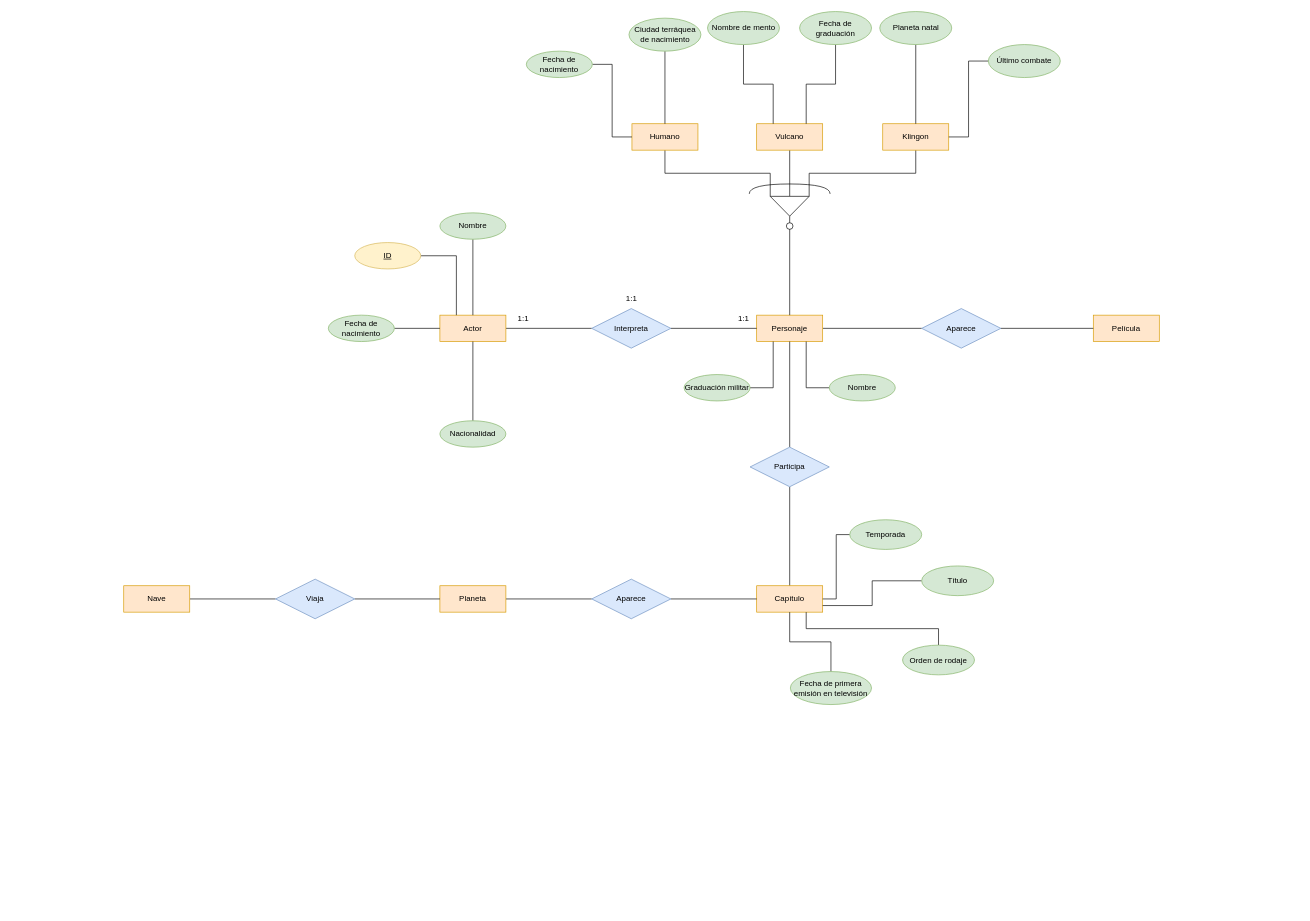
The draw.io diagram Tarea_entregable3.drawio in GRMiguelAngel/Base-Datos, before the edit. Source tidied: cells renumbered, new cells numbered last; positions are measured from the earlier drawing's top-left corner, leaving out a move shared by most shapes. Both pictures are drawn from the tidied source at 66%, with x=0, y=0 at pixel (123, 11).
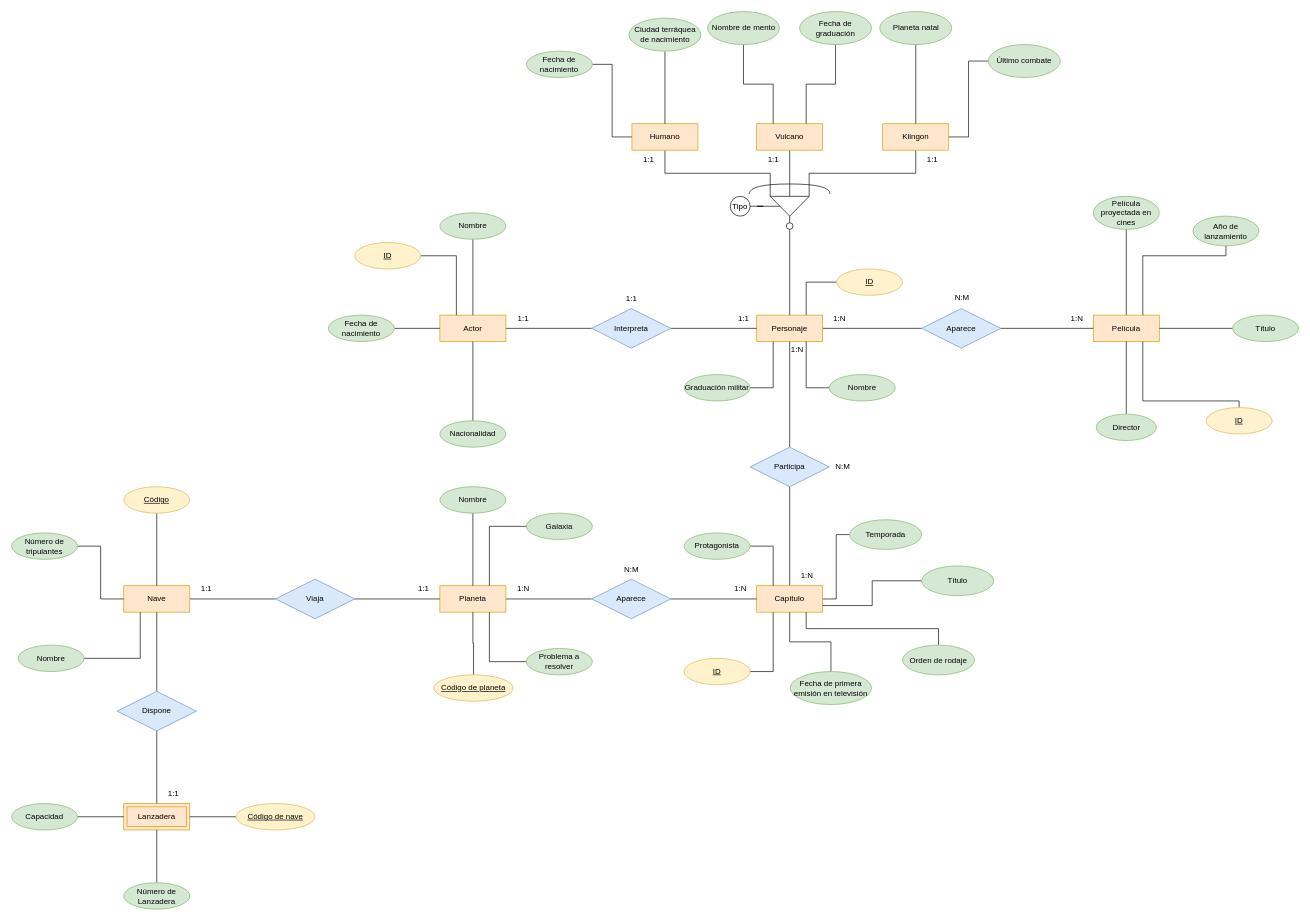
After the change.

Unchanged cells that the change refers to:
```xml
<mxCell id="3" value="Personaje" style="whiteSpace=wrap;html=1;align=center;fillColor=#ffe6cc;strokeColor=#d79b00;" parent="1" vertex="1">
  <mxGeometry x="959" y="460" width="100" height="40" as="geometry" />
</mxCell>
<mxCell id="4" value="Película" style="whiteSpace=wrap;html=1;align=center;fillColor=#ffe6cc;strokeColor=#d79b00;" parent="1" vertex="1">
  <mxGeometry x="1469" y="460" width="100" height="40" as="geometry" />
</mxCell>
<mxCell id="14" style="verticalLabelPosition=bottom;verticalAlign=top;html=1;shape=mxgraph.basic.acute_triangle;dx=0.5;rotation=-180;" parent="1" vertex="1">
  <mxGeometry x="979.5" y="280" width="59" height="30" as="geometry" />
</mxCell>
<mxCell id="25" value="Capítulo" style="whiteSpace=wrap;html=1;align=center;fillColor=#ffe6cc;strokeColor=#d79b00;" parent="1" vertex="1">
  <mxGeometry x="959" y="870" width="100" height="40" as="geometry" />
</mxCell>
<mxCell id="31" value="Planeta" style="whiteSpace=wrap;html=1;align=center;fillColor=#ffe6cc;strokeColor=#d79b00;" parent="1" vertex="1">
  <mxGeometry x="479" y="870" width="100" height="40" as="geometry" />
</mxCell>
<mxCell id="33" value="Nave" style="whiteSpace=wrap;html=1;align=center;fillColor=#ffe6cc;strokeColor=#d79b00;" parent="1" vertex="1">
  <mxGeometry y="870" width="100" height="40" as="geometry" />
</mxCell>
```

What changed in the source:
```diff
@@
+    <mxCell id="68" style="edgeStyle=orthogonalEdgeStyle;rounded=0;jettySize=auto;html=1;entryX=0.5;entryY=0;entryDx=0;entryDy=0;endArrow=none;endFill=0;" parent="1" edge="1" source="69" target="4">
+      <mxGeometry relative="1" as="geometry" />
+    </mxCell>
+    <mxCell id="69" value="Película proyectada en cines" style="ellipse;whiteSpace=wrap;html=1;align=center;fillColor=#d5e8d4;strokeColor=#82b366;" parent="1" vertex="1">
+      <mxGeometry x="1469" y="280" width="100" height="50" as="geometry" />
+    </mxCell>
+    <mxCell id="70" style="edgeStyle=orthogonalEdgeStyle;rounded=0;jettySize=auto;html=1;entryX=0.75;entryY=0;entryDx=0;entryDy=0;endArrow=none;endFill=0;" parent="1" edge="1" source="71" target="4">
+      <mxGeometry relative="1" as="geometry">
+        <Array as="points">
+          <mxPoint x="1670" y="370" />
+          <mxPoint x="1544" y="370" />
+        </Array>
+      </mxGeometry>
+    </mxCell>
+    <mxCell id="71" value="Año de lanzamiento" style="ellipse;whiteSpace=wrap;html=1;align=center;fillColor=#d5e8d4;strokeColor=#82b366;" parent="1" vertex="1">
+      <mxGeometry x="1620" y="310" width="100" height="45" as="geometry" />
+    </mxCell>
+    <mxCell id="72" style="edgeStyle=orthogonalEdgeStyle;rounded=0;jettySize=auto;html=1;entryX=0.5;entryY=1;entryDx=0;entryDy=0;endArrow=none;endFill=0;" parent="1" edge="1" source="73" target="4">
+      <mxGeometry relative="1" as="geometry" />
+    </mxCell>
+    <mxCell id="73" value="Director" style="ellipse;whiteSpace=wrap;html=1;align=center;fillColor=#d5e8d4;strokeColor=#82b366;" parent="1" vertex="1">
+      <mxGeometry x="1473.5" y="610" width="91" height="40" as="geometry" />
+    </mxCell>
+    <mxCell id="74" style="edgeStyle=orthogonalEdgeStyle;rounded=0;jettySize=auto;html=1;entryX=1;entryY=0.5;entryDx=0;entryDy=0;endArrow=none;endFill=0;" parent="1" edge="1" source="75" target="4">
+      <mxGeometry relative="1" as="geometry" />
+    </mxCell>
+    <mxCell id="75" value="Título" style="ellipse;whiteSpace=wrap;html=1;align=center;fillColor=#d5e8d4;strokeColor=#82b366;" parent="1" vertex="1">
+      <mxGeometry x="1680" y="460" width="100" height="40" as="geometry" />
+    </mxCell>
+    <mxCell id="76" style="edgeStyle=orthogonalEdgeStyle;rounded=0;jettySize=auto;html=1;entryX=0.75;entryY=0;entryDx=0;entryDy=0;endArrow=none;endFill=0;" parent="1" edge="1" source="77" target="3">
+      <mxGeometry relative="1" as="geometry" />
+    </mxCell>
+    <mxCell id="77" value="ID" style="ellipse;whiteSpace=wrap;html=1;align=center;fontStyle=4;fillColor=#fff2cc;strokeColor=#d6b656;" parent="1" vertex="1">
+      <mxGeometry x="1080" y="390" width="100" height="40" as="geometry" />
+    </mxCell>
+    <mxCell id="78" style="edgeStyle=orthogonalEdgeStyle;rounded=0;jettySize=auto;html=1;entryX=0.75;entryY=1;entryDx=0;entryDy=0;exitX=0.5;exitY=0;exitDx=0;exitDy=0;endArrow=none;endFill=0;" parent="1" edge="1" source="79" target="4">
+      <mxGeometry relative="1" as="geometry">
+        <Array as="points">
+          <mxPoint x="1690" y="590" />
+          <mxPoint x="1544" y="590" />
+        </Array>
+      </mxGeometry>
+    </mxCell>
+    <mxCell id="79" value="ID" style="ellipse;whiteSpace=wrap;html=1;align=center;fontStyle=4;fillColor=#fff2cc;strokeColor=#d6b656;" parent="1" vertex="1">
+      <mxGeometry x="1640" y="600" width="100" height="40" as="geometry" />
+    </mxCell>
+    <mxCell id="80" style="edgeStyle=orthogonalEdgeStyle;rounded=0;jettySize=auto;html=1;entryX=0.25;entryY=1;entryDx=0;entryDy=0;endArrow=none;endFill=0;" parent="1" edge="1" source="81" target="25">
+      <mxGeometry relative="1" as="geometry" />
+    </mxCell>
+    <mxCell id="81" value="ID" style="whiteSpace=wrap;html=1;align=center;fillColor=#fff2cc;strokeColor=#d6b656;shape=ellipse;perimeter=ellipsePerimeter;fontStyle=4;" parent="1" vertex="1">
+      <mxGeometry x="849" y="980" width="100" height="40" as="geometry" />
+    </mxCell>
+    <mxCell id="82" style="edgeStyle=orthogonalEdgeStyle;rounded=0;jettySize=auto;html=1;entryX=0.25;entryY=0;entryDx=0;entryDy=0;endArrow=none;endFill=0;" parent="1" edge="1" source="83" target="25">
+      <mxGeometry relative="1" as="geometry" />
+    </mxCell>
+    <mxCell id="83" value="Protagonista" style="ellipse;whiteSpace=wrap;html=1;align=center;fillColor=#d5e8d4;strokeColor=#82b366;" parent="1" vertex="1">
+      <mxGeometry x="849" y="790" width="100" height="40" as="geometry" />
+    </mxCell>
+    <mxCell id="84" style="edgeStyle=orthogonalEdgeStyle;rounded=0;jettySize=auto;html=1;entryX=0.5;entryY=1;entryDx=0;entryDy=0;endArrow=none;endFill=0;" parent="1" edge="1" source="85" target="31">
+      <mxGeometry relative="1" as="geometry" />
+    </mxCell>
+    <mxCell id="85" value="Código de planeta" style="whiteSpace=wrap;html=1;align=center;fillColor=#fff2cc;strokeColor=#d6b656;shape=ellipse;perimeter=ellipsePerimeter;fontStyle=4;" parent="1" vertex="1">
+      <mxGeometry x="470" y="1005" width="120" height="40" as="geometry" />
+    </mxCell>
+    <mxCell id="86" style="edgeStyle=orthogonalEdgeStyle;rounded=0;jettySize=auto;html=1;entryX=0.5;entryY=0;entryDx=0;entryDy=0;endArrow=none;endFill=0;" parent="1" edge="1" source="87" target="31">
+      <mxGeometry relative="1" as="geometry" />
+    </mxCell>
+    <mxCell id="87" value="Nombre" style="ellipse;whiteSpace=wrap;html=1;align=center;fillColor=#d5e8d4;strokeColor=#82b366;" parent="1" vertex="1">
+      <mxGeometry x="479" y="720" width="100" height="40" as="geometry" />
+    </mxCell>
+    <mxCell id="88" style="edgeStyle=orthogonalEdgeStyle;rounded=0;jettySize=auto;html=1;entryX=0.75;entryY=0;entryDx=0;entryDy=0;endArrow=none;endFill=0;" parent="1" edge="1" source="89" target="31">
+      <mxGeometry relative="1" as="geometry" />
+    </mxCell>
+    <mxCell id="89" value="Galaxia" style="ellipse;whiteSpace=wrap;html=1;align=center;fillColor=#d5e8d4;strokeColor=#82b366;" parent="1" vertex="1">
+      <mxGeometry x="610" y="760" width="100" height="40" as="geometry" />
+    </mxCell>
+    <mxCell id="90" style="edgeStyle=orthogonalEdgeStyle;rounded=0;jettySize=auto;html=1;entryX=0.75;entryY=1;entryDx=0;entryDy=0;endArrow=none;endFill=0;" parent="1" edge="1" source="91" target="31">
+      <mxGeometry relative="1" as="geometry" />
+    </mxCell>
+    <mxCell id="91" value="Problema a resolver" style="ellipse;whiteSpace=wrap;html=1;align=center;fillColor=#d5e8d4;strokeColor=#82b366;" parent="1" vertex="1">
+      <mxGeometry x="610" y="965" width="100" height="40" as="geometry" />
+    </mxCell>
+    <mxCell id="92" style="edgeStyle=orthogonalEdgeStyle;rounded=0;jettySize=auto;html=1;entryX=0.5;entryY=0;entryDx=0;entryDy=0;endArrow=none;endFill=0;" parent="1" edge="1" source="93" target="33">
+      <mxGeometry relative="1" as="geometry" />
+    </mxCell>
+    <mxCell id="93" value="Código" style="whiteSpace=wrap;html=1;align=center;fillColor=#fff2cc;strokeColor=#d6b656;shape=ellipse;perimeter=ellipsePerimeter;fontStyle=4;" parent="1" vertex="1">
+      <mxGeometry y="720" width="100" height="40" as="geometry" />
+    </mxCell>
+    <mxCell id="94" style="edgeStyle=orthogonalEdgeStyle;rounded=0;jettySize=auto;html=1;entryX=0;entryY=0.5;entryDx=0;entryDy=0;endArrow=none;endFill=0;" parent="1" edge="1" source="95" target="33">
+      <mxGeometry relative="1" as="geometry" />
+    </mxCell>
+    <mxCell id="95" value="Número de tripulantes" style="ellipse;whiteSpace=wrap;html=1;align=center;fillColor=#d5e8d4;strokeColor=#82b366;" parent="1" vertex="1">
+      <mxGeometry x="-170" y="790" width="100" height="40" as="geometry" />
+    </mxCell>
+    <mxCell id="96" style="edgeStyle=orthogonalEdgeStyle;rounded=0;jettySize=auto;html=1;entryX=0.25;entryY=1;entryDx=0;entryDy=0;endArrow=none;endFill=0;" parent="1" edge="1" source="97" target="33">
+      <mxGeometry relative="1" as="geometry" />
+    </mxCell>
+    <mxCell id="97" value="Nombre" style="ellipse;whiteSpace=wrap;html=1;align=center;fillColor=#d5e8d4;strokeColor=#82b366;" parent="1" vertex="1">
+      <mxGeometry x="-160" y="960" width="100" height="40" as="geometry" />
+    </mxCell>
+    <mxCell id="98" value="Lanzadera" style="whiteSpace=wrap;html=1;align=center;fillColor=#ffe6cc;strokeColor=#d79b00;shape=ext;margin=3;double=1;" parent="1" vertex="1">
+      <mxGeometry y="1200" width="100" height="40" as="geometry" />
+    </mxCell>
+    <mxCell id="99" style="edgeStyle=orthogonalEdgeStyle;rounded=0;jettySize=auto;html=1;endArrow=none;endFill=0;" parent="1" edge="1" source="100" target="98">
+      <mxGeometry relative="1" as="geometry" />
+    </mxCell>
+    <mxCell id="100" value="Número de Lanzadera" style="ellipse;whiteSpace=wrap;html=1;align=center;fillColor=#d5e8d4;strokeColor=#82b366;" parent="1" vertex="1">
+      <mxGeometry y="1320" width="100" height="40" as="geometry" />
+    </mxCell>
+    <mxCell id="101" style="edgeStyle=orthogonalEdgeStyle;rounded=0;jettySize=auto;html=1;entryX=1;entryY=0.5;entryDx=0;entryDy=0;endArrow=none;endFill=0;" parent="1" edge="1" source="102" target="98">
+      <mxGeometry relative="1" as="geometry" />
+    </mxCell>
+    <mxCell id="102" value="Código de nave" style="whiteSpace=wrap;html=1;align=center;fillColor=#fff2cc;strokeColor=#d6b656;shape=ellipse;perimeter=ellipsePerimeter;fontStyle=4;" parent="1" vertex="1">
+      <mxGeometry x="170" y="1200" width="120" height="40" as="geometry" />
+    </mxCell>
+    <mxCell id="103" style="edgeStyle=orthogonalEdgeStyle;rounded=0;jettySize=auto;html=1;entryX=0;entryY=0.5;entryDx=0;entryDy=0;endArrow=none;endFill=0;" parent="1" edge="1" source="104" target="98">
+      <mxGeometry relative="1" as="geometry" />
+    </mxCell>
+    <mxCell id="104" value="Capacidad" style="ellipse;whiteSpace=wrap;html=1;align=center;fillColor=#d5e8d4;strokeColor=#82b366;" parent="1" vertex="1">
+      <mxGeometry x="-170" y="1200" width="100" height="40" as="geometry" />
+    </mxCell>
+    <mxCell id="105" value="1:N" style="text;html=1;align=center;verticalAlign=middle;strokeColor=none;fillColor=none;" parent="1" vertex="1">
+      <mxGeometry x="1424" y="450" width="40" height="30" as="geometry" />
+    </mxCell>
+    <mxCell id="106" value="1:N" style="text;html=1;align=center;verticalAlign=middle;strokeColor=none;fillColor=none;" parent="1" vertex="1">
+      <mxGeometry x="1064" y="450" width="40" height="30" as="geometry" />
+    </mxCell>
+    <mxCell id="107" value="N:M" style="text;html=1;align=center;verticalAlign=middle;strokeColor=none;fillColor=none;" parent="1" vertex="1">
+      <mxGeometry x="1245" y="418" width="50" height="30" as="geometry" />
+    </mxCell>
+    <mxCell id="108" value="Tipo" style="ellipse;whiteSpace=wrap;html=1;" parent="1" vertex="1">
+      <mxGeometry x="919" y="280" width="30" height="30" as="geometry" />
+    </mxCell>
+    <mxCell id="109" style="edgeStyle=orthogonalEdgeStyle;rounded=0;jettySize=auto;html=1;entryX=0;entryY=0;entryDx=44.25;entryDy=15;entryPerimeter=0;endArrow=none;endFill=0;" parent="1" edge="1" source="108" target="14">
+      <mxGeometry relative="1" as="geometry" />
+    </mxCell>
+    <mxCell id="110" value="1:1" style="text;html=1;align=center;verticalAlign=middle;strokeColor=none;fillColor=none;" parent="1" vertex="1">
+      <mxGeometry x="775" y="210" width="40" height="30" as="geometry" />
+    </mxCell>
+    <mxCell id="111" value="1:1" style="text;html=1;align=center;verticalAlign=middle;strokeColor=none;fillColor=none;" parent="1" vertex="1">
+      <mxGeometry x="964" y="210" width="40" height="30" as="geometry" />
+    </mxCell>
+    <mxCell id="112" value="1:1" style="text;html=1;align=center;verticalAlign=middle;strokeColor=none;fillColor=none;" parent="1" vertex="1">
+      <mxGeometry x="1205" y="210" width="40" height="30" as="geometry" />
+    </mxCell>
+    <mxCell id="113" value="1:N" style="text;html=1;align=center;verticalAlign=middle;strokeColor=none;fillColor=none;" parent="1" vertex="1">
+      <mxGeometry x="1015" y="840" width="40" height="30" as="geometry" />
+    </mxCell>
+    <mxCell id="114" value="1:N" style="text;html=1;align=center;verticalAlign=middle;strokeColor=none;fillColor=none;" parent="1" vertex="1">
+      <mxGeometry x="1000" y="498" width="40" height="30" as="geometry" />
+    </mxCell>
+    <mxCell id="115" value="N:M" style="text;html=1;align=center;verticalAlign=middle;strokeColor=none;fillColor=none;" parent="1" vertex="1">
+      <mxGeometry x="1064" y="675" width="50" height="30" as="geometry" />
+    </mxCell>
+    <mxCell id="116" value="1:N" style="text;html=1;align=center;verticalAlign=middle;strokeColor=none;fillColor=none;" parent="1" vertex="1">
+      <mxGeometry x="585" y="860" width="40" height="30" as="geometry" />
+    </mxCell>
+    <mxCell id="117" value="1:N" style="text;html=1;align=center;verticalAlign=middle;strokeColor=none;fillColor=none;" parent="1" vertex="1">
+      <mxGeometry x="914" y="860" width="40" height="30" as="geometry" />
+    </mxCell>
+    <mxCell id="118" value="N:M" style="text;html=1;align=center;verticalAlign=middle;strokeColor=none;fillColor=none;" parent="1" vertex="1">
+      <mxGeometry x="744" y="830" width="50" height="30" as="geometry" />
+    </mxCell>
+    <mxCell id="119" style="edgeStyle=orthogonalEdgeStyle;rounded=0;jettySize=auto;html=1;endArrow=none;endFill=0;" parent="1" edge="1" source="121" target="33">
+      <mxGeometry relative="1" as="geometry" />
+    </mxCell>
+    <mxCell id="120" style="edgeStyle=orthogonalEdgeStyle;rounded=0;jettySize=auto;html=1;entryX=0.5;entryY=0;entryDx=0;entryDy=0;endArrow=none;endFill=0;" parent="1" edge="1" source="121" target="98">
+      <mxGeometry relative="1" as="geometry" />
+    </mxCell>
+    <mxCell id="121" value="Dispone" style="shape=rhombus;perimeter=rhombusPerimeter;whiteSpace=wrap;html=1;align=center;fillColor=#dae8fc;strokeColor=#6c8ebf;" parent="1" vertex="1">
+      <mxGeometry x="-10" y="1030" width="120" height="60" as="geometry" />
+    </mxCell>
+    <mxCell id="122" value="1:1" style="text;html=1;align=center;verticalAlign=middle;strokeColor=none;fillColor=none;" parent="1" vertex="1">
+      <mxGeometry x="434" y="860" width="40" height="30" as="geometry" />
+    </mxCell>
+    <mxCell id="123" value="1:1" style="text;html=1;align=center;verticalAlign=middle;strokeColor=none;fillColor=none;" parent="1" vertex="1">
+      <mxGeometry x="105" y="860" width="40" height="30" as="geometry" />
+    </mxCell>
+    <mxCell id="124" value="1:1" style="text;html=1;align=center;verticalAlign=middle;strokeColor=none;fillColor=none;" parent="1" vertex="1">
+      <mxGeometry x="55" y="1170" width="40" height="30" as="geometry" />
+    </mxCell>
```
